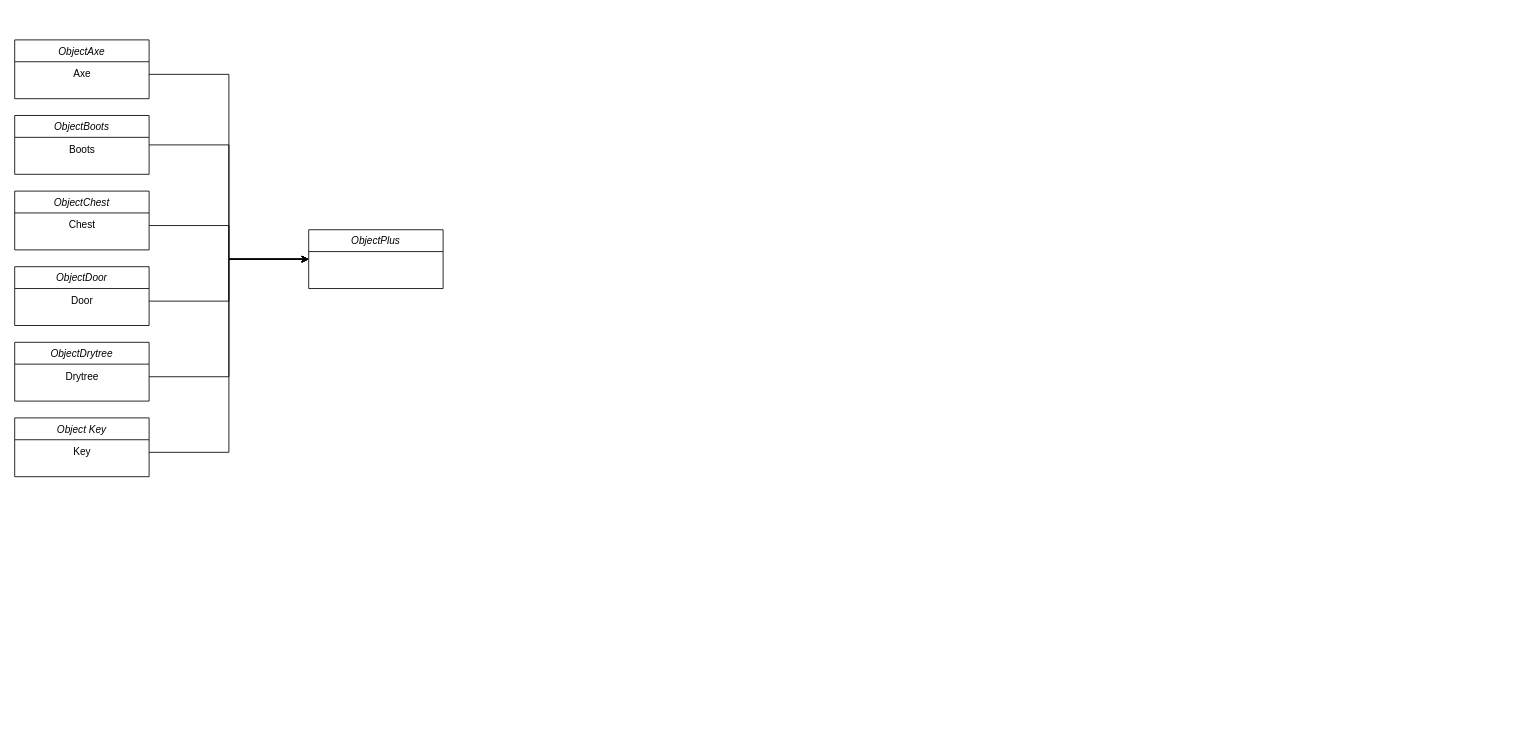
The draw.io diagram Untitled Diagram.drawio in NekoIngdgDD/FlyingNeko, before the edit. Source tidied: cells renumbered, new cells numbered last; positions are measured from the earlier drawing's top-left corner, leaving out a move shared by most shapes. Both pictures are drawn from the tidied source at 84%, with x=0, y=0 at pixel (14, 39).
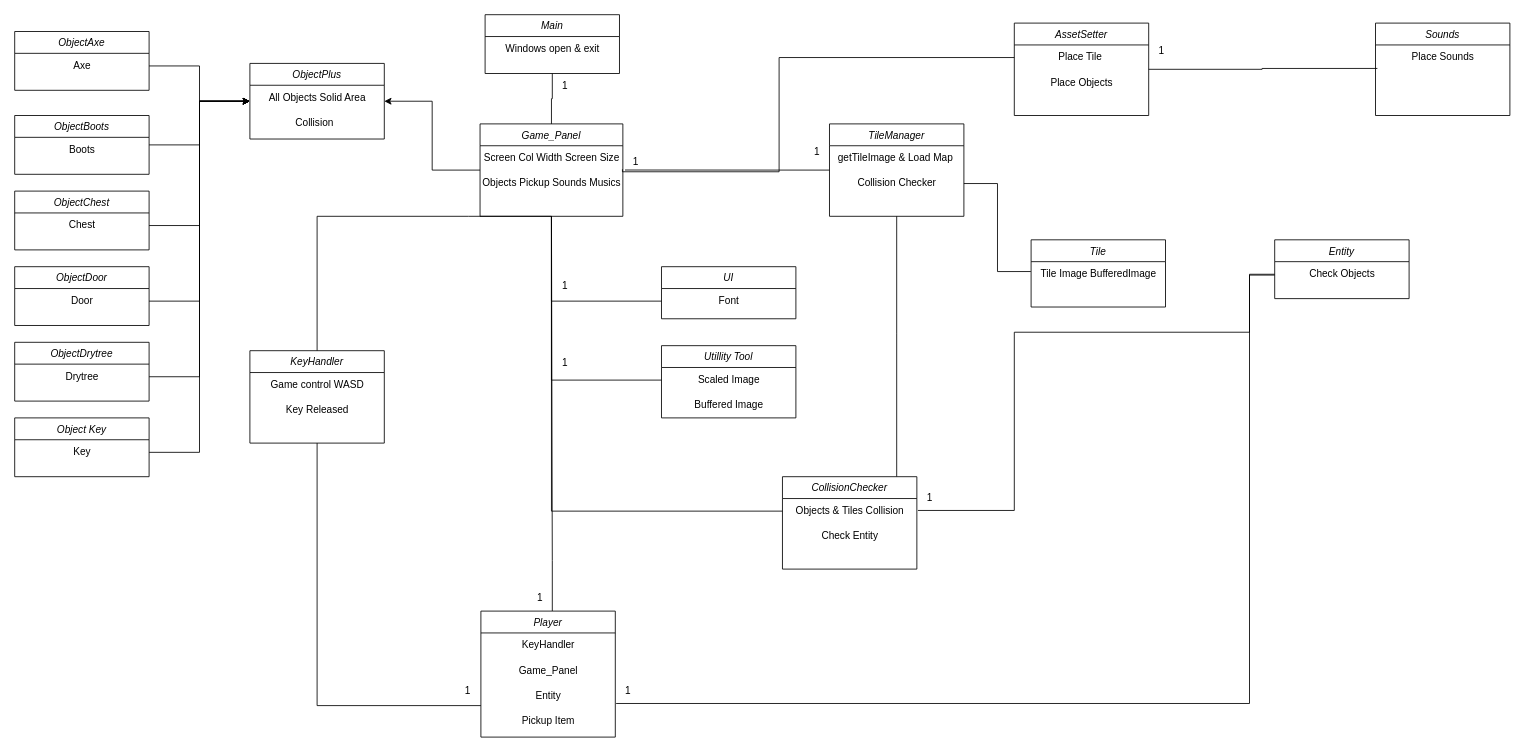
The same page after the edit.

Change to the diagram source:
```diff
@@
     <mxCell id="2" value="ObjectAxe" style="swimlane;fontStyle=2;align=center;verticalAlign=top;horizontal=1;startSize=26;rounded=0;shadow=0;strokeWidth=1;" parent="1" vertex="1">
-      <mxGeometry width="160" height="70" as="geometry" />
+      <mxGeometry y="-10" width="160" height="70" as="geometry" />
     </mxCell>
@@
-    <mxCell id="15" value="ObjectPlus" style="swimlane;fontStyle=2;align=center;verticalAlign=top;horizontal=1;startSize=26;rounded=0;shadow=0;strokeWidth=1;" parent="1" vertex="1">
-      <mxGeometry x="350" y="226" width="160" height="70" as="geometry" />
+    <mxCell id="15" value="ObjectPlus&#10;" style="swimlane;fontStyle=2;align=center;verticalAlign=top;horizontal=1;startSize=26;rounded=0;shadow=0;strokeWidth=1;" parent="1" vertex="1">
+      <mxGeometry x="280" y="28" width="160" height="90" as="geometry" />
     </mxCell>
+    <mxCell id="21" value="All Objects Solid Area" style="text;html=1;align=center;verticalAlign=middle;strokeColor=none;fillColor=none;" parent="15" vertex="1">
+      <mxGeometry y="26" width="160" height="30" as="geometry" />
+    </mxCell>
+    <mxCell id="22" value="Collision&amp;nbsp;&amp;nbsp;" style="text;html=1;align=center;verticalAlign=middle;strokeColor=none;fillColor=none;" parent="15" vertex="1">
+      <mxGeometry y="56" width="160" height="30" as="geometry" />
+    </mxCell>
@@
+    <mxCell id="23" value="Tile" style="swimlane;fontStyle=2;align=center;verticalAlign=top;horizontal=1;startSize=26;rounded=0;shadow=0;strokeWidth=1;" parent="1" vertex="1">
+      <mxGeometry x="1210" y="238" width="160" height="80" as="geometry" />
+    </mxCell>
+    <mxCell id="24" value="Tile Image BufferedImage" style="text;html=1;align=center;verticalAlign=middle;points=[];strokeColor=none;fillColor=none;" parent="23" vertex="1">
+      <mxGeometry y="26" width="160" height="30" as="geometry" />
+    </mxCell>
+    <mxCell id="25" style="edgeStyle=orthogonalEdgeStyle;rounded=0;jettySize=auto;html=1;entryX=1;entryY=0.5;entryDx=0;entryDy=0;" parent="1" edge="1" source="26" target="15">
+      <mxGeometry relative="1" as="geometry" />
+    </mxCell>
+    <mxCell id="26" value="Game_Panel&#10;" style="swimlane;fontStyle=2;align=center;verticalAlign=top;horizontal=1;startSize=26;rounded=0;shadow=0;strokeWidth=1;" parent="1" vertex="1">
+      <mxGeometry x="554" y="100" width="170" height="110" as="geometry" />
+    </mxCell>
+    <mxCell id="27" value="Screen Col Width Screen Size" style="text;html=1;align=center;verticalAlign=middle;strokeColor=none;fillColor=none;" parent="26" vertex="1">
+      <mxGeometry y="26" width="170" height="30" as="geometry" />
+    </mxCell>
+    <mxCell id="28" value="Objects Pickup Sounds Musics" style="text;html=1;align=center;verticalAlign=middle;points=[];strokeColor=none;fillColor=none;" parent="26" vertex="1">
+      <mxGeometry y="56" width="170" height="30" as="geometry" />
+    </mxCell>
+    <mxCell id="29" value="TileManager" style="swimlane;fontStyle=2;align=center;verticalAlign=top;horizontal=1;startSize=26;rounded=0;shadow=0;strokeWidth=1;" parent="1" vertex="1">
+      <mxGeometry x="970" y="100" width="160" height="110" as="geometry" />
+    </mxCell>
+    <mxCell id="30" value="getTileImage &amp;amp; Load Map&amp;nbsp;" style="text;html=1;align=center;verticalAlign=middle;strokeColor=none;fillColor=none;" parent="29" vertex="1">
+      <mxGeometry y="26" width="160" height="30" as="geometry" />
+    </mxCell>
+    <mxCell id="31" value="Collision Checker" style="text;html=1;align=center;verticalAlign=middle;points=[];strokeColor=none;fillColor=none;" parent="29" vertex="1">
+      <mxGeometry y="56" width="160" height="30" as="geometry" />
+    </mxCell>
+    <mxCell id="32" style="edgeStyle=orthogonalEdgeStyle;rounded=0;jettySize=auto;html=1;entryX=0.5;entryY=1;entryDx=0;entryDy=0;endArrow=none;endFill=0;" parent="1" edge="1" source="33" target="29">
+      <mxGeometry relative="1" as="geometry">
+        <Array as="points">
+          <mxPoint x="1050" y="350" />
+          <mxPoint x="1050" y="350" />
+        </Array>
+      </mxGeometry>
+    </mxCell>
+    <mxCell id="33" value="CollisionChecker" style="swimlane;fontStyle=2;align=center;verticalAlign=top;horizontal=1;startSize=26;rounded=0;shadow=0;strokeWidth=1;" parent="1" vertex="1">
+      <mxGeometry x="914" y="520" width="160" height="110" as="geometry" />
+    </mxCell>
+    <mxCell id="34" value="Objects &amp;amp; Tiles Collision" style="text;html=1;align=center;verticalAlign=middle;points=[];strokeColor=none;fillColor=none;" parent="33" vertex="1">
+      <mxGeometry y="26" width="160" height="30" as="geometry" />
+    </mxCell>
+    <mxCell id="35" value="Check Entity" style="text;html=1;align=center;verticalAlign=middle;strokeColor=none;fillColor=none;" parent="33" vertex="1">
+      <mxGeometry y="56" width="160" height="30" as="geometry" />
+    </mxCell>
+    <mxCell id="36" value="KeyHandler" style="swimlane;fontStyle=2;align=center;verticalAlign=top;horizontal=1;startSize=26;rounded=0;shadow=0;strokeWidth=1;" parent="1" vertex="1">
+      <mxGeometry x="280" y="370" width="160" height="110" as="geometry" />
+    </mxCell>
+    <mxCell id="37" value="Game control WASD" style="text;html=1;align=center;verticalAlign=middle;strokeColor=none;fillColor=none;" parent="36" vertex="1">
+      <mxGeometry y="26" width="160" height="30" as="geometry" />
+    </mxCell>
+    <mxCell id="38" value="Key Released" style="text;html=1;align=center;verticalAlign=middle;strokeColor=none;fillColor=none;" parent="36" vertex="1">
+      <mxGeometry y="56" width="160" height="30" as="geometry" />
+    </mxCell>
+    <mxCell id="39" value="Entity" style="swimlane;fontStyle=2;align=center;verticalAlign=top;horizontal=1;startSize=26;rounded=0;shadow=0;strokeWidth=1;" parent="1" vertex="1">
+      <mxGeometry x="1500" y="238" width="160" height="70" as="geometry" />
+    </mxCell>
+    <mxCell id="40" value="Check Objects" style="text;html=1;align=center;verticalAlign=middle;points=[];strokeColor=none;fillColor=none;" parent="39" vertex="1">
+      <mxGeometry y="26" width="160" height="30" as="geometry" />
+    </mxCell>
+    <mxCell id="41" style="endArrow=none;html=1;rounded=0;exitX=0.5;exitY=1;exitDx=0;exitDy=0;entryX=0.5;entryY=0;entryDx=0;entryDy=0;" parent="1" edge="1" source="26" target="36">
+      <mxGeometry relative="1" as="geometry">
+        <Array as="points">
+          <mxPoint x="639" y="210" />
+          <mxPoint x="540" y="210" />
+          <mxPoint x="360" y="210" />
+        </Array>
+      </mxGeometry>
+    </mxCell>
+    <mxCell id="42" style="endArrow=none;html=1;rounded=0;entryX=1.015;entryY=-0.037;entryDx=0;entryDy=0;entryPerimeter=0;exitX=0;exitY=0.5;exitDx=0;exitDy=0;" parent="1" edge="1" source="29" target="28">
+      <mxGeometry relative="1" as="geometry" />
+    </mxCell>
+    <mxCell id="43" style="edgeStyle=orthogonalEdgeStyle;rounded=0;jettySize=auto;html=1;entryX=0.5;entryY=1;entryDx=0;entryDy=0;endArrow=none;endFill=0;" parent="1" edge="1" source="34" target="26">
+      <mxGeometry relative="1" as="geometry" />
+    </mxCell>
+    <mxCell id="44" style="edgeStyle=orthogonalEdgeStyle;rounded=0;jettySize=auto;html=1;entryX=1.008;entryY=0.473;entryDx=0;entryDy=0;entryPerimeter=0;endArrow=none;endFill=0;" parent="1" edge="1" source="40" target="34">
+      <mxGeometry relative="1" as="geometry">
+        <Array as="points">
+          <mxPoint x="1470" y="348" />
+          <mxPoint x="1190" y="348" />
+          <mxPoint x="1190" y="560" />
+        </Array>
+      </mxGeometry>
+    </mxCell>
+    <mxCell id="45" value="1" style="text;html=1;align=center;verticalAlign=middle;strokeColor=none;fillColor=none;" parent="1" vertex="1">
+      <mxGeometry x="640" y="278" width="30" height="30" as="geometry" />
+    </mxCell>
+    <mxCell id="46" value="1" style="text;html=1;align=center;verticalAlign=middle;strokeColor=none;fillColor=none;" parent="1" vertex="1">
+      <mxGeometry x="940" y="118" width="30" height="30" as="geometry" />
+    </mxCell>
+    <mxCell id="47" value="1" style="text;html=1;align=center;verticalAlign=middle;points=[];strokeColor=none;fillColor=none;" parent="1" vertex="1">
+      <mxGeometry x="724" y="130" width="30" height="30" as="geometry" />
+    </mxCell>
+    <mxCell id="48" value="1" style="text;html=1;align=center;verticalAlign=middle;strokeColor=none;fillColor=none;" parent="1" vertex="1">
+      <mxGeometry x="1074" y="530" width="30" height="30" as="geometry" />
+    </mxCell>
+    <mxCell id="49" style="edgeStyle=orthogonalEdgeStyle;rounded=0;jettySize=auto;html=1;entryX=0.5;entryY=1;entryDx=0;entryDy=0;endArrow=none;endFill=0;" parent="1" edge="1" source="50" target="26">
+      <mxGeometry relative="1" as="geometry">
+        <Array as="points">
+          <mxPoint x="640" y="620" />
+          <mxPoint x="640" y="620" />
+        </Array>
+      </mxGeometry>
+    </mxCell>
+    <mxCell id="50" value="Player" style="swimlane;fontStyle=2;align=center;verticalAlign=top;horizontal=1;startSize=26;rounded=0;shadow=0;strokeWidth=1;" parent="1" vertex="1">
+      <mxGeometry x="555" y="680" width="160" height="150" as="geometry" />
+    </mxCell>
+    <mxCell id="51" value="KeyHandler" style="text;html=1;align=center;verticalAlign=middle;strokeColor=none;fillColor=none;" parent="50" vertex="1">
+      <mxGeometry y="26" width="160" height="30" as="geometry" />
+    </mxCell>
+    <mxCell id="52" value="Game_Panel" style="text;html=1;align=center;verticalAlign=middle;strokeColor=none;fillColor=none;" parent="50" vertex="1">
+      <mxGeometry y="56" width="160" height="30" as="geometry" />
+    </mxCell>
+    <mxCell id="53" value="Entity" style="text;html=1;align=center;verticalAlign=middle;strokeColor=none;fillColor=none;" parent="50" vertex="1">
+      <mxGeometry y="86" width="160" height="30" as="geometry" />
+    </mxCell>
+    <mxCell id="54" value="Pickup Item" style="text;html=1;align=center;verticalAlign=middle;strokeColor=none;fillColor=none;" parent="50" vertex="1">
+      <mxGeometry y="116" width="160" height="30" as="geometry" />
+    </mxCell>
+    <mxCell id="55" style="edgeStyle=orthogonalEdgeStyle;rounded=0;jettySize=auto;html=1;entryX=0;entryY=0.75;entryDx=0;entryDy=0;endArrow=none;endFill=0;exitX=0.5;exitY=1;exitDx=0;exitDy=0;" parent="1" edge="1" source="36" target="50">
+      <mxGeometry relative="1" as="geometry">
+        <Array as="points">
+          <mxPoint x="360" y="792" />
+        </Array>
+      </mxGeometry>
+    </mxCell>
+    <mxCell id="56" value="1" style="text;html=1;align=center;verticalAlign=middle;strokeColor=none;fillColor=none;" parent="1" vertex="1">
+      <mxGeometry x="610" y="650" width="30" height="30" as="geometry" />
+    </mxCell>
+    <mxCell id="57" value="1" style="text;html=1;align=center;verticalAlign=middle;strokeColor=none;fillColor=none;" parent="1" vertex="1">
+      <mxGeometry x="524" y="760" width="30" height="30" as="geometry" />
+    </mxCell>
+    <mxCell id="58" style="edgeStyle=orthogonalEdgeStyle;rounded=0;jettySize=auto;html=1;endArrow=none;endFill=0;" parent="1" edge="1" source="39">
+      <mxGeometry relative="1" as="geometry">
+        <mxPoint x="716" y="790" as="targetPoint" />
+        <Array as="points">
+          <mxPoint x="1470" y="280" />
+          <mxPoint x="1470" y="790" />
+        </Array>
+      </mxGeometry>
+    </mxCell>
+    <mxCell id="59" value="1" style="text;html=1;align=center;verticalAlign=middle;strokeColor=none;fillColor=none;" parent="1" vertex="1">
+      <mxGeometry x="715" y="760" width="30" height="30" as="geometry" />
+    </mxCell>
+    <mxCell id="60" value="UI" style="swimlane;fontStyle=2;align=center;verticalAlign=top;horizontal=1;startSize=26;rounded=0;shadow=0;strokeWidth=1;" parent="1" vertex="1">
+      <mxGeometry x="770" y="270" width="160" height="62" as="geometry" />
+    </mxCell>
+    <mxCell id="61" value="Font" style="text;html=1;align=center;verticalAlign=middle;points=[];strokeColor=none;fillColor=none;" parent="60" vertex="1">
+      <mxGeometry y="26" width="160" height="30" as="geometry" />
+    </mxCell>
+    <mxCell id="62" value="Utillity Tool" style="swimlane;fontStyle=2;align=center;verticalAlign=top;horizontal=1;startSize=26;rounded=0;shadow=0;strokeWidth=1;" parent="1" vertex="1">
+      <mxGeometry x="770" y="364" width="160" height="86" as="geometry" />
+    </mxCell>
+    <mxCell id="63" value="Scaled Image" style="text;html=1;align=center;verticalAlign=middle;points=[];strokeColor=none;fillColor=none;" parent="62" vertex="1">
+      <mxGeometry y="26" width="160" height="30" as="geometry" />
+    </mxCell>
+    <mxCell id="64" value="Buffered Image" style="text;html=1;align=center;verticalAlign=middle;strokeColor=none;fillColor=none;" parent="62" vertex="1">
+      <mxGeometry y="56" width="160" height="30" as="geometry" />
+    </mxCell>
+    <mxCell id="65" style="edgeStyle=orthogonalEdgeStyle;rounded=0;jettySize=auto;html=1;exitX=0.5;exitY=1;exitDx=0;exitDy=0;entryX=0.5;entryY=0;entryDx=0;entryDy=0;endArrow=none;endFill=0;" parent="1" edge="1" source="66" target="26">
+      <mxGeometry relative="1" as="geometry" />
+    </mxCell>
+    <mxCell id="66" value="Main" style="swimlane;fontStyle=2;align=center;verticalAlign=top;horizontal=1;startSize=26;rounded=0;shadow=0;strokeWidth=1;" parent="1" vertex="1">
+      <mxGeometry x="560" y="-30" width="160" height="70" as="geometry" />
+    </mxCell>
+    <mxCell id="67" value="Windows open &amp;amp; exit" style="text;html=1;align=center;verticalAlign=middle;strokeColor=none;fillColor=none;" parent="66" vertex="1">
+      <mxGeometry y="26" width="160" height="30" as="geometry" />
+    </mxCell>
+    <mxCell id="68" style="edgeStyle=orthogonalEdgeStyle;rounded=0;jettySize=auto;html=1;entryX=0.5;entryY=1;entryDx=0;entryDy=0;endArrow=none;endFill=0;" parent="1" edge="1" source="61" target="26">
+      <mxGeometry relative="1" as="geometry" />
+    </mxCell>
+    <mxCell id="69" style="edgeStyle=orthogonalEdgeStyle;rounded=0;jettySize=auto;html=1;entryX=0.5;entryY=1;entryDx=0;entryDy=0;endArrow=none;endFill=0;" parent="1" edge="1" source="63" target="26">
+      <mxGeometry relative="1" as="geometry" />
+    </mxCell>
+    <mxCell id="70" value="1" style="text;html=1;align=center;verticalAlign=middle;strokeColor=none;fillColor=none;" parent="1" vertex="1">
+      <mxGeometry x="640" y="370" width="30" height="30" as="geometry" />
+    </mxCell>
+    <mxCell id="71" value="1" style="text;html=1;align=center;verticalAlign=middle;strokeColor=none;fillColor=none;" parent="1" vertex="1">
+      <mxGeometry x="640" y="40" width="30" height="30" as="geometry" />
+    </mxCell>
+    <mxCell id="72" value="AssetSetter" style="swimlane;fontStyle=2;align=center;verticalAlign=top;horizontal=1;startSize=26;rounded=0;shadow=0;strokeWidth=1;" parent="1" vertex="1">
+      <mxGeometry x="1190" y="-20" width="160" height="110" as="geometry" />
+    </mxCell>
+    <mxCell id="73" value="Place Tile&amp;nbsp;" style="text;html=1;align=center;verticalAlign=middle;points=[];strokeColor=none;fillColor=none;" parent="72" vertex="1">
+      <mxGeometry y="26" width="160" height="30" as="geometry" />
+    </mxCell>
+    <mxCell id="74" value="Place Objects" style="text;html=1;align=center;verticalAlign=middle;strokeColor=none;fillColor=none;" parent="72" vertex="1">
+      <mxGeometry y="56" width="160" height="30" as="geometry" />
+    </mxCell>
+    <mxCell id="75" style="edgeStyle=orthogonalEdgeStyle;rounded=0;jettySize=auto;html=1;entryX=-0.002;entryY=0.392;entryDx=0;entryDy=0;entryPerimeter=0;endArrow=none;endFill=0;" parent="1" edge="1" source="31" target="24">
+      <mxGeometry relative="1" as="geometry" />
+    </mxCell>
+    <mxCell id="76" value="Sounds" style="swimlane;fontStyle=2;align=center;verticalAlign=top;horizontal=1;startSize=26;rounded=0;shadow=0;strokeWidth=1;" parent="1" vertex="1">
+      <mxGeometry x="1620" y="-20" width="160" height="110" as="geometry" />
+    </mxCell>
+    <mxCell id="77" value="Place Sounds" style="text;html=1;align=center;verticalAlign=middle;points=[];strokeColor=none;fillColor=none;" parent="76" vertex="1">
+      <mxGeometry y="26" width="160" height="30" as="geometry" />
+    </mxCell>
+    <mxCell id="78" style="edgeStyle=orthogonalEdgeStyle;rounded=0;jettySize=auto;html=1;entryX=0.014;entryY=0.933;entryDx=0;entryDy=0;entryPerimeter=0;endArrow=none;endFill=0;" parent="1" edge="1" source="72" target="77">
+      <mxGeometry relative="1" as="geometry" />
+    </mxCell>
+    <mxCell id="79" style="edgeStyle=orthogonalEdgeStyle;rounded=0;jettySize=auto;html=1;endArrow=none;endFill=0;entryX=-0.017;entryY=0.8;entryDx=0;entryDy=0;entryPerimeter=0;" parent="1" edge="1" source="73" target="47">
+      <mxGeometry relative="1" as="geometry">
+        <Array as="points">
+          <mxPoint x="910" y="21" />
+          <mxPoint x="910" y="157" />
+          <mxPoint x="724" y="157" />
+        </Array>
+      </mxGeometry>
+    </mxCell>
+    <mxCell id="80" value="1" style="text;html=1;align=center;verticalAlign=middle;strokeColor=none;fillColor=none;" parent="1" vertex="1">
+      <mxGeometry x="1350" y="-2" width="30" height="30" as="geometry" />
+    </mxCell>
```
